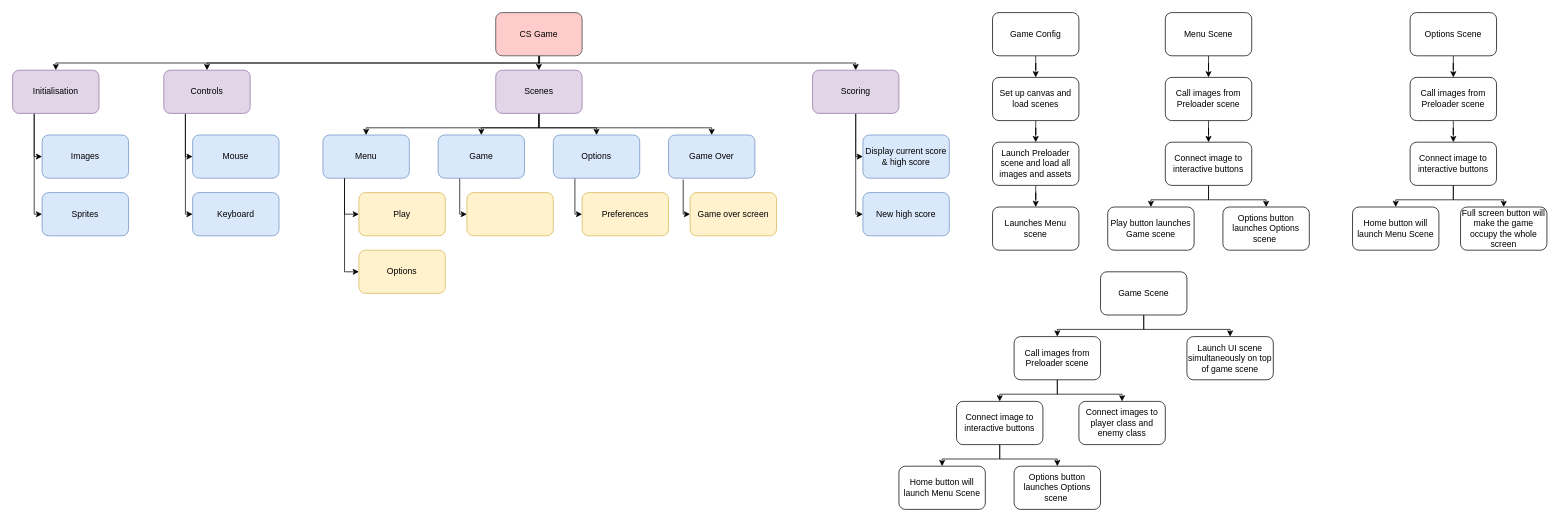
Earlier version of the draw.io diagram Top Down CS.drawio (13ilaurente/csgame). Source tidied: cells renumbered, new cells numbered last; positions are measured from the earlier drawing's top-left corner, leaving out a move shared by most shapes. Both pictures are drawn from the tidied source at 72%, with x=0, y=0 at pixel (12, 12).
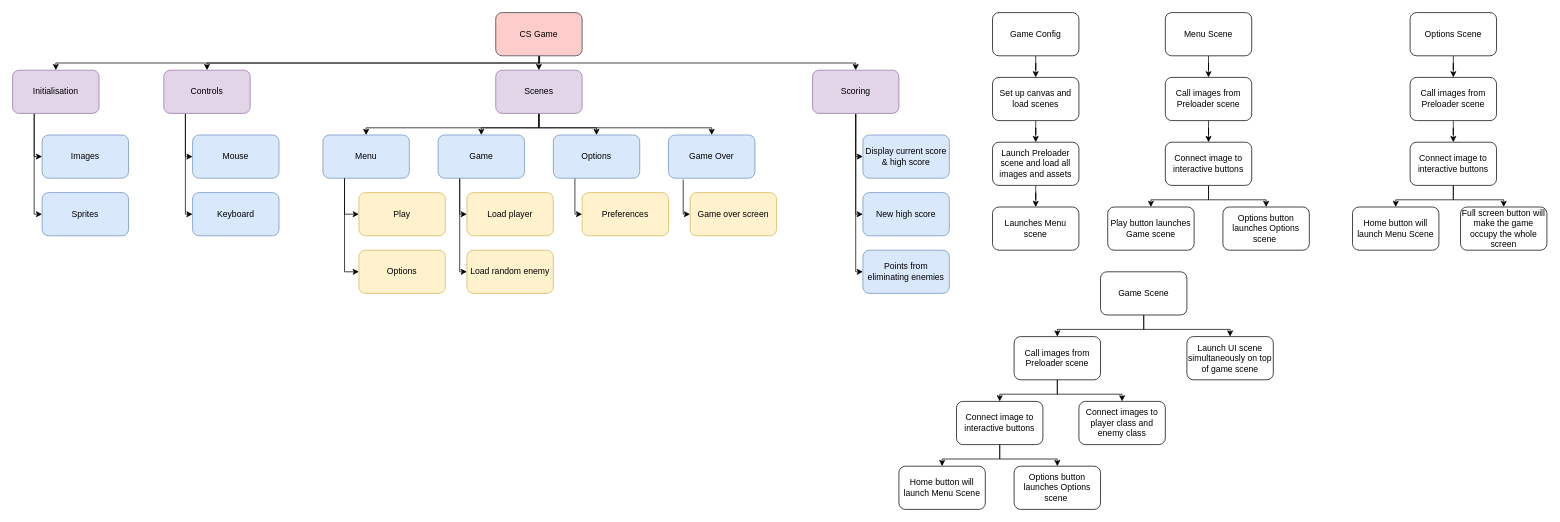
After the change.

Unchanged cells that the change refers to:
```xml
<mxCell id="52" value="Scoring" style="rounded=1;whiteSpace=wrap;html=1;fillColor=#e1d5e7;strokeColor=#9673a6;" parent="1" vertex="1">
  <mxGeometry x="1111" y="80" width="120" height="60" as="geometry" />
</mxCell>
<mxCell id="56" value="Game" style="rounded=1;whiteSpace=wrap;html=1;fillColor=#dae8fc;strokeColor=#6c8ebf;" parent="1" vertex="1">
  <mxGeometry x="591" y="170" width="120" height="60" as="geometry" />
</mxCell>
<mxCell id="72" value="Scenes" style="rounded=1;whiteSpace=wrap;html=1;fillColor=#e1d5e7;strokeColor=#9673a6;" parent="1" vertex="1">
  <mxGeometry x="671" y="80" width="120" height="60" as="geometry" />
</mxCell>
```

Change to the diagram source:
```diff
@@
+    <mxCell id="79" style="edgeStyle=orthogonalEdgeStyle;rounded=0;jettySize=auto;html=1;" parent="1" edge="1" source="52" target="80">
+      <mxGeometry relative="1" as="geometry">
+        <Array as="points">
+          <mxPoint x="1171" y="340" />
+          <mxPoint x="1171" y="340" />
+        </Array>
+      </mxGeometry>
+    </mxCell>
@@
+    <mxCell id="80" value="Points from eliminating enemies" style="rounded=1;whiteSpace=wrap;html=1;fillColor=#dae8fc;strokeColor=#6c8ebf;" parent="1" vertex="1">
+      <mxGeometry x="1181" y="330" width="120" height="60" as="geometry" />
+    </mxCell>
@@
+    <mxCell id="81" style="edgeStyle=orthogonalEdgeStyle;rounded=0;jettySize=auto;html=1;" parent="1" edge="1" source="56" target="82">
+      <mxGeometry relative="1" as="geometry">
+        <Array as="points">
+          <mxPoint x="621" y="360" />
+        </Array>
+      </mxGeometry>
+    </mxCell>
@@
+    <mxCell id="82" value="Load random enemy" style="rounded=1;whiteSpace=wrap;html=1;fillColor=#fff2cc;strokeColor=#d6b656;" parent="1" vertex="1">
+      <mxGeometry x="631" y="330" width="120" height="60" as="geometry" />
+    </mxCell>
@@
     <mxCell id="68" style="edgeStyle=orthogonalEdgeStyle;rounded=0;jettySize=auto;html=1;exitX=0.5;exitY=1;exitDx=0;exitDy=0;entryX=0.5;entryY=0;entryDx=0;entryDy=0;" parent="1" edge="1" source="72" target="56">
-      <mxGeometry relative="1" as="geometry" />
+      <mxGeometry relative="1" as="geometry">
+        <Array as="points">
+          <mxPoint x="731" y="160" />
+          <mxPoint x="651" y="160" />
+        </Array>
+      </mxGeometry>
     </mxCell>
@@
-    <mxCell id="78" style="rounded=1;whiteSpace=wrap;html=1;fillColor=#fff2cc;strokeColor=#d6b656;" parent="1" vertex="1">
+    <mxCell id="78" value="Load player" style="rounded=1;whiteSpace=wrap;html=1;fillColor=#fff2cc;strokeColor=#d6b656;" parent="1" vertex="1">
       <mxGeometry x="631" y="250" width="120" height="60" as="geometry" />
     </mxCell>
```
